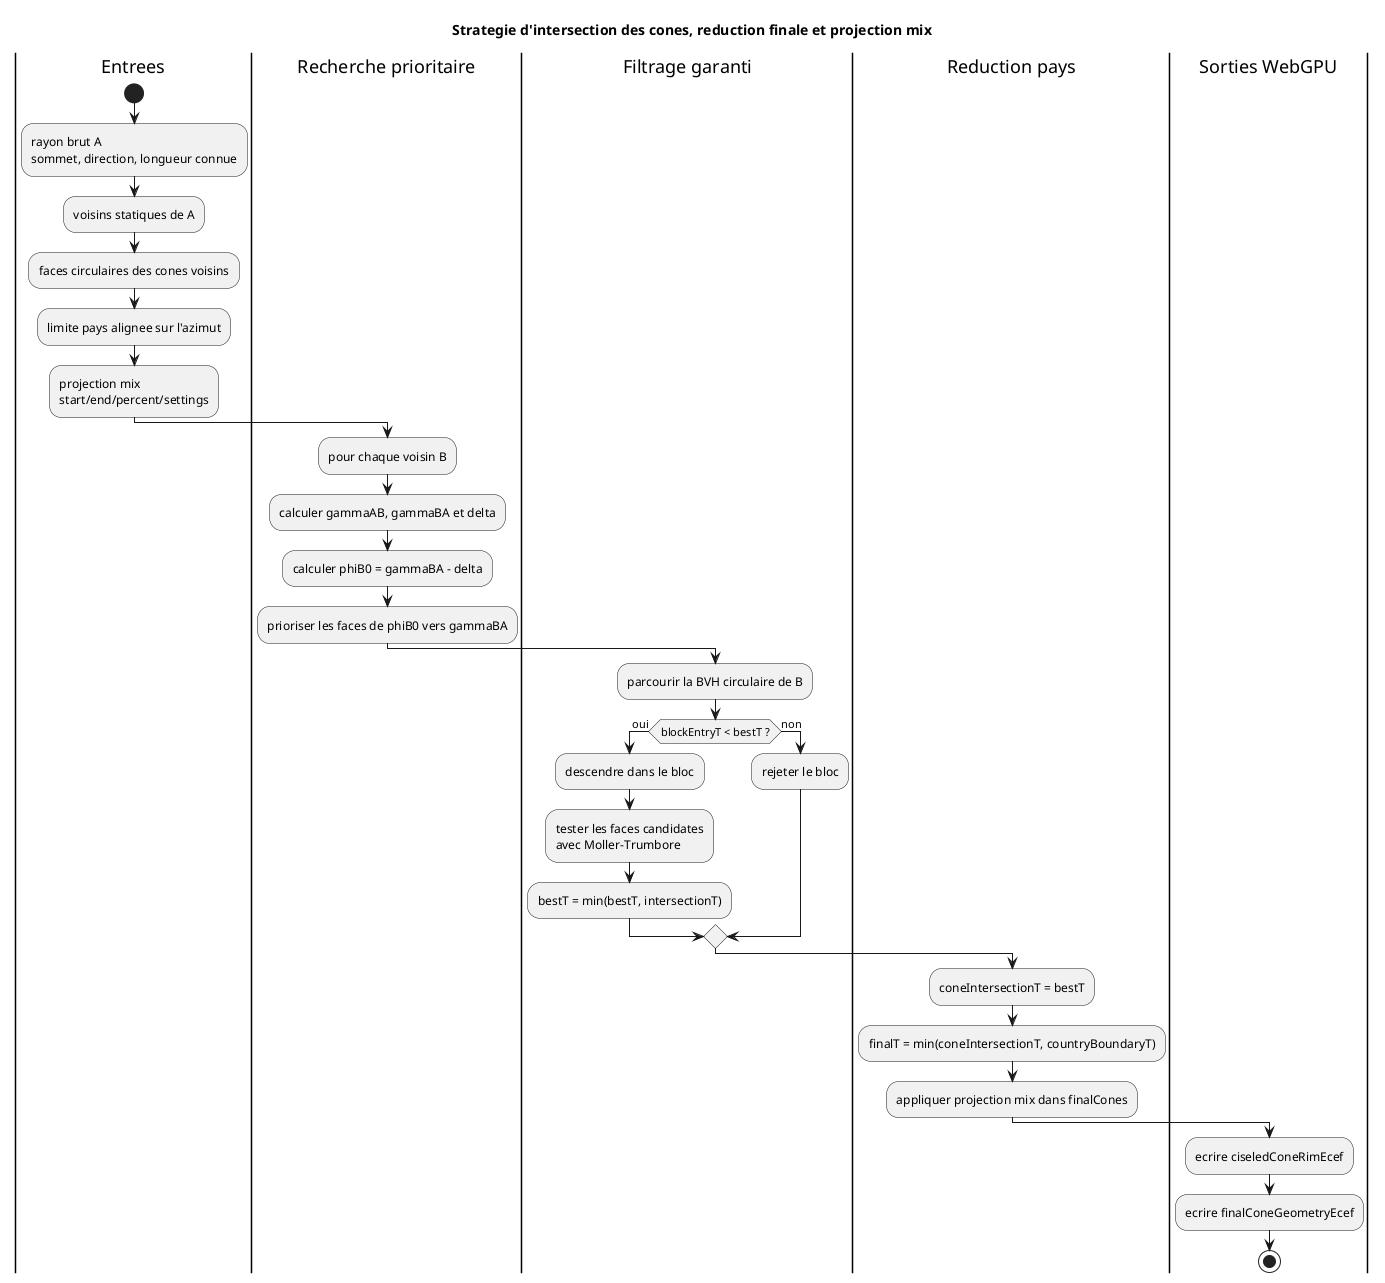
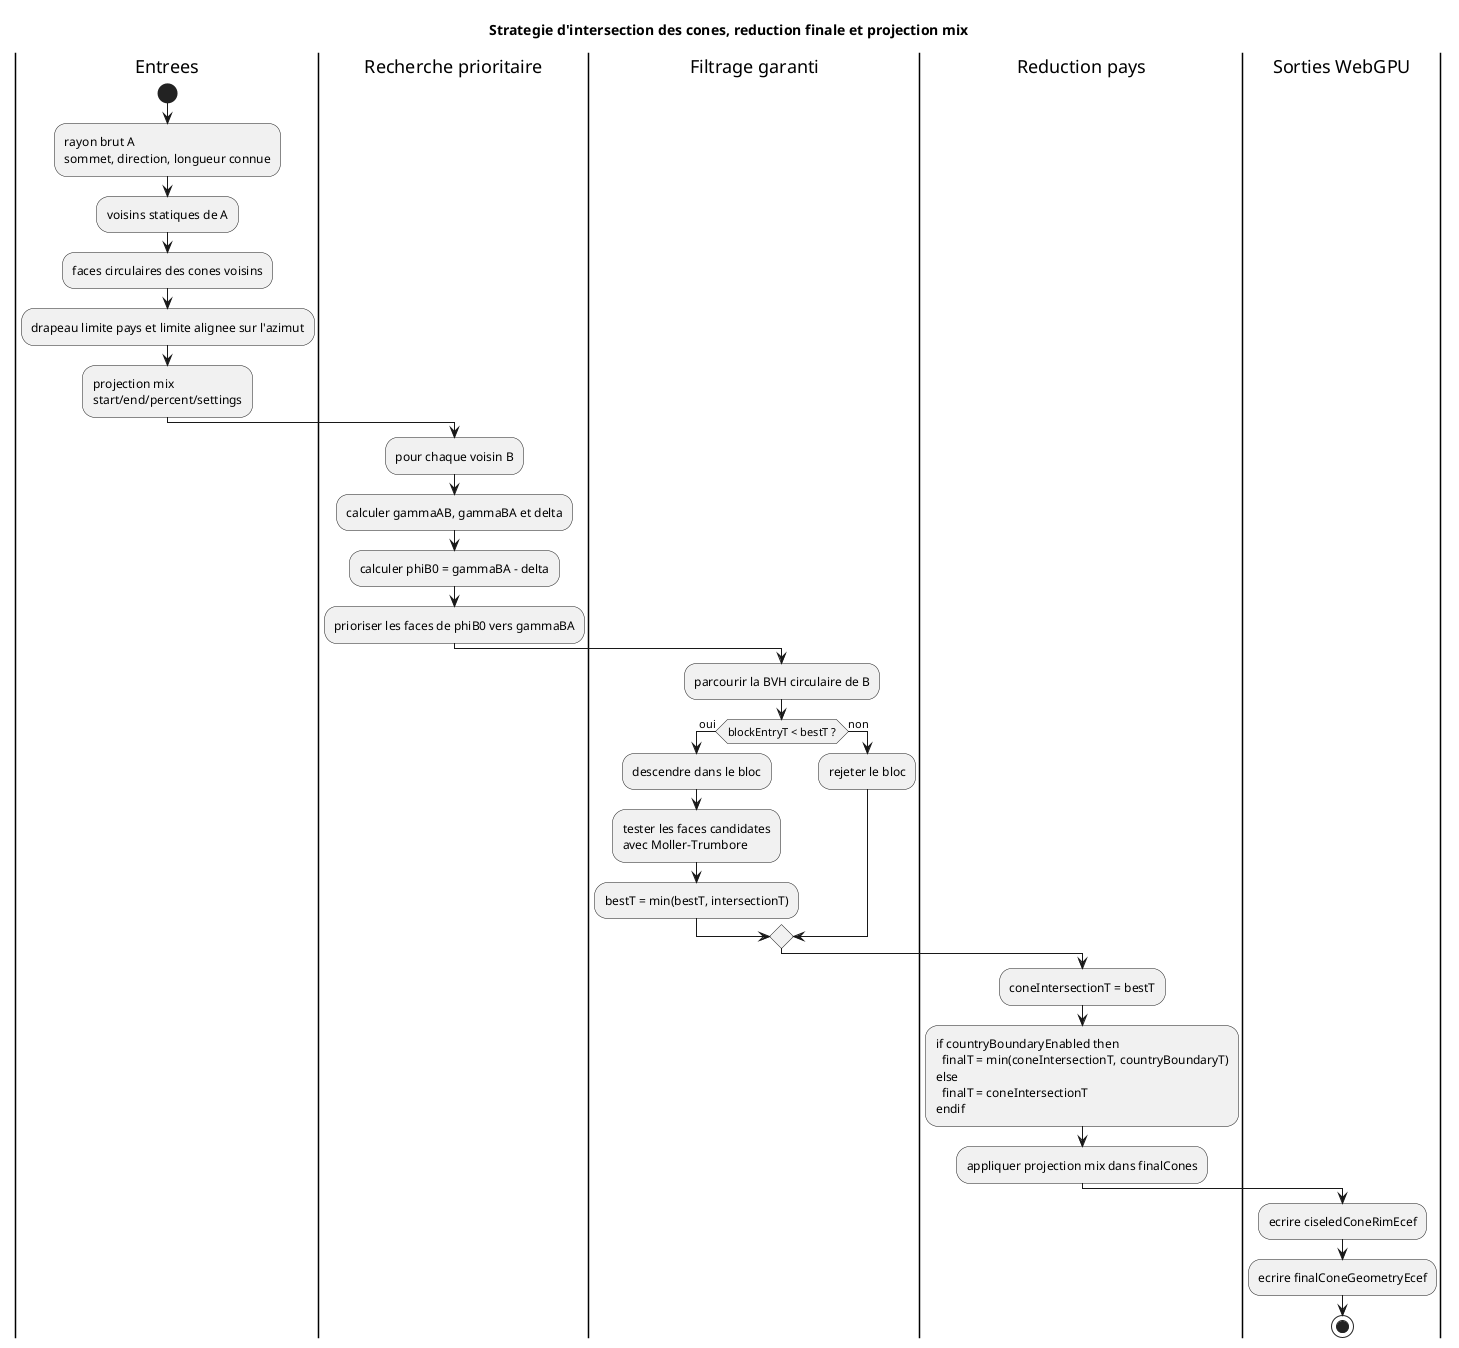
@startuml
title Strategie d'intersection des cones, reduction finale et projection mix

|Entrees|
start
:rayon brut A\nsommet, direction, longueur connue;
:voisins statiques de A;
:faces circulaires des cones voisins;
- :limite pays alignee sur l'azimut;
+ :drapeau limite pays et limite alignee sur l'azimut;
:projection mix\nstart/end/percent/settings;

|Recherche prioritaire|
:pour chaque voisin B;
:calculer gammaAB, gammaBA et delta;
:calculer phiB0 = gammaBA - delta;
:prioriser les faces de phiB0 vers gammaBA;

|Filtrage garanti|
:parcourir la BVH circulaire de B;
if (blockEntryT < bestT ?) then (oui)
  :descendre dans le bloc;
  :tester les faces candidates\navec Moller-Trumbore;
  :bestT = min(bestT, intersectionT);
else (non)
  :rejeter le bloc;
endif

|Reduction pays|
:coneIntersectionT = bestT;
- :finalT = min(coneIntersectionT, countryBoundaryT);
+ :if countryBoundaryEnabled then\n  finalT = min(coneIntersectionT, countryBoundaryT)\nelse\n  finalT = coneIntersectionT\nendif;
:appliquer projection mix dans finalCones;

|Sorties WebGPU|
:ecrire ciseledConeRimEcef;
:ecrire finalConeGeometryEcef;
stop
@enduml
